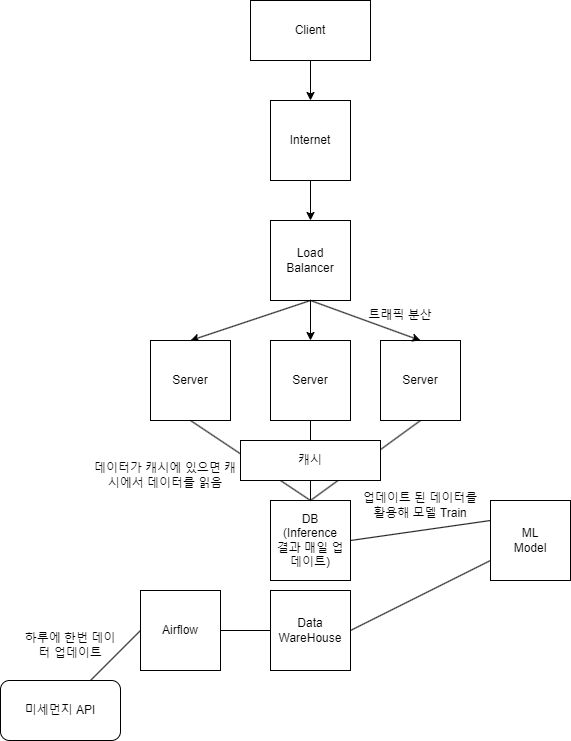
Above: README.assets/다이어그램.png in ed-kyu/dust_model_serving (draw.io), before the change. Source tidied: cells renumbered, new cells last; positions are measured from the earlier drawing's top-left corner, leaving out a move shared by most shapes. The source it was exported from:
```xml
<mxGraphModel>
  <root>
    <mxCell id="0" />
    <mxCell id="1" parent="0" />
    <mxCell id="2" value="Load&lt;br&gt;Balancer" style="whiteSpace=wrap;html=1;" parent="1" vertex="1">
      <mxGeometry x="270" y="220" width="80" height="80" as="geometry" />
    </mxCell>
    <mxCell id="3" style="edgeStyle=orthogonalEdgeStyle;rounded=0;jettySize=auto;html=1;" parent="1" edge="1" source="4" target="13">
      <mxGeometry relative="1" as="geometry" />
    </mxCell>
    <mxCell id="4" value="Client" style="rounded=0;whiteSpace=wrap;html=1;" parent="1" vertex="1">
      <mxGeometry x="250" width="120" height="60" as="geometry" />
    </mxCell>
    <mxCell id="5" style="endArrow=classic;html=1;rounded=0;exitX=0.5;exitY=1;exitDx=0;exitDy=0;entryX=0.5;entryY=0;entryDx=0;entryDy=0;" parent="1" edge="1" source="2" target="6">
      <mxGeometry relative="1" as="geometry" />
    </mxCell>
    <mxCell id="6" value="Server" style="whiteSpace=wrap;html=1;" parent="1" vertex="1">
      <mxGeometry x="150" y="340" width="80" height="80" as="geometry" />
    </mxCell>
    <mxCell id="7" value="Server" style="whiteSpace=wrap;html=1;" parent="1" vertex="1">
      <mxGeometry x="270" y="340" width="80" height="80" as="geometry" />
    </mxCell>
    <mxCell id="8" value="Server" style="whiteSpace=wrap;html=1;" parent="1" vertex="1">
      <mxGeometry x="380" y="340" width="80" height="80" as="geometry" />
    </mxCell>
    <mxCell id="9" style="endArrow=classic;html=1;rounded=0;exitX=0.5;exitY=1;exitDx=0;exitDy=0;" parent="1" edge="1" source="2" target="7">
      <mxGeometry relative="1" as="geometry" />
    </mxCell>
    <mxCell id="10" style="endArrow=classic;html=1;rounded=0;exitX=0.5;exitY=1;exitDx=0;exitDy=0;entryX=0.5;entryY=0;entryDx=0;entryDy=0;" parent="1" edge="1" source="2" target="8">
      <mxGeometry relative="1" as="geometry" />
    </mxCell>
    <mxCell id="11" value="트래픽 분산" style="text;html=1;strokeColor=none;fillColor=none;align=center;verticalAlign=middle;whiteSpace=wrap;rounded=0;" parent="1" vertex="1">
      <mxGeometry x="360" y="300" width="80" height="30" as="geometry" />
    </mxCell>
    <mxCell id="12" style="edgeStyle=orthogonalEdgeStyle;rounded=0;jettySize=auto;html=1;entryX=0.5;entryY=0;entryDx=0;entryDy=0;" parent="1" edge="1" source="13" target="2">
      <mxGeometry relative="1" as="geometry" />
    </mxCell>
    <mxCell id="13" value="Internet" style="whiteSpace=wrap;html=1;" parent="1" vertex="1">
      <mxGeometry x="270" y="100" width="80" height="80" as="geometry" />
    </mxCell>
    <mxCell id="14" value="DB&lt;br&gt;(Inference &lt;br&gt;결과 매일 업데이트)" style="whiteSpace=wrap;html=1;" parent="1" vertex="1">
      <mxGeometry x="270" y="500" width="80" height="80" as="geometry" />
    </mxCell>
    <mxCell id="15" value="Data &lt;br&gt;WareHouse" style="whiteSpace=wrap;html=1;" parent="1" vertex="1">
      <mxGeometry x="270" y="590" width="80" height="80" as="geometry" />
    </mxCell>
    <mxCell id="16" value="미세먼지 API" style="rounded=1;whiteSpace=wrap;html=1;" parent="1" vertex="1">
      <mxGeometry y="680" width="120" height="60" as="geometry" />
    </mxCell>
    <mxCell id="17" value="Airflow" style="whiteSpace=wrap;html=1;" parent="1" vertex="1">
      <mxGeometry x="140" y="590" width="80" height="80" as="geometry" />
    </mxCell>
    <mxCell id="18" style="endArrow=none;html=1;rounded=0;exitX=0.75;exitY=0;exitDx=0;exitDy=0;entryX=0;entryY=0.5;entryDx=0;entryDy=0;" parent="1" edge="1" source="16" target="17">
      <mxGeometry relative="1" as="geometry" />
    </mxCell>
    <mxCell id="19" style="endArrow=none;html=1;rounded=0;exitX=1;exitY=0.5;exitDx=0;exitDy=0;entryX=0;entryY=0.5;entryDx=0;entryDy=0;" parent="1" edge="1" source="17" target="15">
      <mxGeometry relative="1" as="geometry" />
    </mxCell>
    <mxCell id="20" value="ML&lt;br&gt;Model" style="whiteSpace=wrap;html=1;" parent="1" vertex="1">
      <mxGeometry x="490" y="500" width="80" height="80" as="geometry" />
    </mxCell>
    <mxCell id="21" style="endArrow=none;html=1;rounded=0;exitX=1;exitY=0.5;exitDx=0;exitDy=0;entryX=0;entryY=0.75;entryDx=0;entryDy=0;" parent="1" edge="1" source="15" target="20">
      <mxGeometry relative="1" as="geometry" />
    </mxCell>
    <mxCell id="22" style="endArrow=none;html=1;rounded=0;exitX=1;exitY=0.5;exitDx=0;exitDy=0;entryX=0;entryY=0.25;entryDx=0;entryDy=0;" parent="1" edge="1" source="14" target="20">
      <mxGeometry relative="1" as="geometry" />
    </mxCell>
    <mxCell id="23" style="endArrow=none;html=1;rounded=0;entryX=0.5;entryY=0;entryDx=0;entryDy=0;exitX=0.5;exitY=1;exitDx=0;exitDy=0;" parent="1" edge="1" source="6" target="14">
      <mxGeometry relative="1" as="geometry" />
    </mxCell>
    <mxCell id="24" style="endArrow=none;html=1;rounded=0;entryX=0.5;entryY=1;entryDx=0;entryDy=0;exitX=0.5;exitY=0;exitDx=0;exitDy=0;startArrow=none;" parent="1" edge="1" source="27" target="7">
      <mxGeometry relative="1" as="geometry" />
    </mxCell>
    <mxCell id="25" style="endArrow=none;html=1;rounded=0;entryX=0.5;entryY=1;entryDx=0;entryDy=0;exitX=0.5;exitY=0;exitDx=0;exitDy=0;" parent="1" edge="1" source="14" target="8">
      <mxGeometry relative="1" as="geometry" />
    </mxCell>
    <mxCell id="26" value="데이터가 캐시에 있으면 캐시에서 데이터를 읽음" style="text;html=1;strokeColor=none;fillColor=none;align=center;verticalAlign=middle;whiteSpace=wrap;rounded=0;" parent="1" vertex="1">
      <mxGeometry x="90" y="460" width="150" height="30" as="geometry" />
    </mxCell>
    <mxCell id="27" value="캐시" style="rounded=0;whiteSpace=wrap;html=1;" parent="1" vertex="1">
      <mxGeometry x="240" y="440" width="140" height="40" as="geometry" />
    </mxCell>
    <mxCell id="28" style="endArrow=none;html=1;rounded=0;entryX=0.5;entryY=1;entryDx=0;entryDy=0;exitX=0.5;exitY=0;exitDx=0;exitDy=0;" parent="1" edge="1" source="14" target="27">
      <mxGeometry relative="1" as="geometry" />
    </mxCell>
    <mxCell id="29" value="하루에 한번 데이터 업데이트" style="text;html=1;strokeColor=none;fillColor=none;align=center;verticalAlign=middle;whiteSpace=wrap;rounded=0;" parent="1" vertex="1">
      <mxGeometry x="20" y="630" width="100" height="30" as="geometry" />
    </mxCell>
    <mxCell id="30" value="업데이트 된 데이터를 활용해 모델 Train" style="text;html=1;strokeColor=none;fillColor=none;align=center;verticalAlign=middle;whiteSpace=wrap;rounded=0;" parent="1" vertex="1">
      <mxGeometry x="360" y="490" width="120" height="30" as="geometry" />
    </mxCell>
  </root>
</mxGraphModel>
```
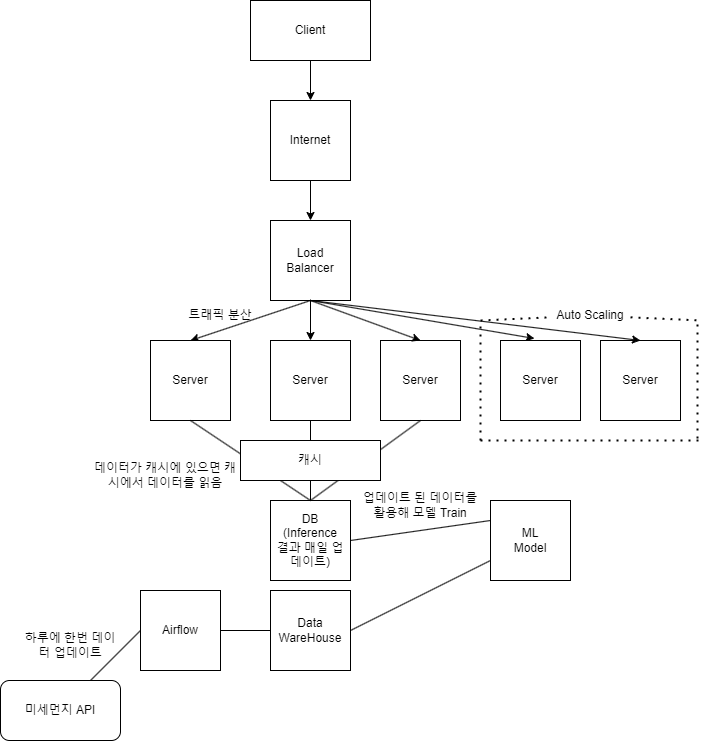
After the change.

What changed in the source:
```diff
@@ -30,7 +30,7 @@
       <mxGeometry relative="1" as="geometry" />
     </mxCell>
     <mxCell id="11" value="트래픽 분산" style="text;html=1;strokeColor=none;fillColor=none;align=center;verticalAlign=middle;whiteSpace=wrap;rounded=0;" parent="1" vertex="1">
-      <mxGeometry x="360" y="300" width="80" height="30" as="geometry" />
+      <mxGeometry x="180" y="300" width="80" height="30" as="geometry" />
     </mxCell>
     <mxCell id="12" style="edgeStyle=orthogonalEdgeStyle;rounded=0;jettySize=auto;html=1;entryX=0.5;entryY=0;entryDx=0;entryDy=0;" parent="1" edge="1" source="13" target="2">
       <mxGeometry relative="1" as="geometry" />
@@ -89,5 +89,48 @@
     <mxCell id="30" value="업데이트 된 데이터를 활용해 모델 Train" style="text;html=1;strokeColor=none;fillColor=none;align=center;verticalAlign=middle;whiteSpace=wrap;rounded=0;" parent="1" vertex="1">
       <mxGeometry x="360" y="490" width="120" height="30" as="geometry" />
     </mxCell>
+    <mxCell id="31" value="Server" style="whiteSpace=wrap;html=1;" parent="1" vertex="1">
+      <mxGeometry x="500" y="340" width="80" height="80" as="geometry" />
+    </mxCell>
+    <mxCell id="32" value="Server" style="whiteSpace=wrap;html=1;" parent="1" vertex="1">
+      <mxGeometry x="600" y="340" width="80" height="80" as="geometry" />
+    </mxCell>
+    <mxCell id="33" style="endArrow=none;dashed=1;html=1;dashPattern=1 3;strokeWidth=2;rounded=0;startArrow=none;" parent="1" edge="1" source="37">
+      <mxGeometry relative="1" as="geometry">
+        <mxPoint x="700" y="320" as="targetPoint" />
+      </mxGeometry>
+    </mxCell>
+    <mxCell id="34" style="endArrow=none;dashed=1;html=1;dashPattern=1 3;strokeWidth=2;rounded=0;" parent="1" edge="1">
+      <mxGeometry relative="1" as="geometry">
+        <mxPoint x="480" y="440" as="sourcePoint" />
+        <mxPoint x="480" y="320" as="targetPoint" />
+      </mxGeometry>
+    </mxCell>
+    <mxCell id="35" style="endArrow=none;dashed=1;html=1;dashPattern=1 3;strokeWidth=2;rounded=0;" parent="1" edge="1">
+      <mxGeometry relative="1" as="geometry">
+        <mxPoint x="480" y="440" as="sourcePoint" />
+        <mxPoint x="700" y="440" as="targetPoint" />
+      </mxGeometry>
+    </mxCell>
+    <mxCell id="36" style="endArrow=none;dashed=1;html=1;dashPattern=1 3;strokeWidth=2;rounded=0;" parent="1" edge="1">
+      <mxGeometry relative="1" as="geometry">
+        <mxPoint x="697" y="438" as="sourcePoint" />
+        <mxPoint x="697" y="318" as="targetPoint" />
+      </mxGeometry>
+    </mxCell>
+    <mxCell id="37" value="Auto Scaling" style="text;html=1;strokeColor=none;fillColor=none;align=center;verticalAlign=middle;whiteSpace=wrap;rounded=0;" parent="1" vertex="1">
+      <mxGeometry x="550" y="300" width="80" height="30" as="geometry" />
+    </mxCell>
+    <mxCell id="38" style="endArrow=none;dashed=1;html=1;dashPattern=1 3;strokeWidth=2;rounded=0;" parent="1" edge="1" target="37">
+      <mxGeometry relative="1" as="geometry">
+        <mxPoint x="480" y="320" as="sourcePoint" />
+      </mxGeometry>
+    </mxCell>
+    <mxCell id="39" style="endArrow=classic;html=1;rounded=0;exitX=0.5;exitY=1;exitDx=0;exitDy=0;entryX=0.425;entryY=-0.025;entryDx=0;entryDy=0;entryPerimeter=0;" parent="1" edge="1" source="2" target="31">
+      <mxGeometry relative="1" as="geometry" />
+    </mxCell>
+    <mxCell id="40" style="endArrow=classic;html=1;rounded=0;entryX=0.5;entryY=0;entryDx=0;entryDy=0;exitX=0.5;exitY=1;exitDx=0;exitDy=0;" parent="1" edge="1" source="2" target="32">
+      <mxGeometry relative="1" as="geometry" />
+    </mxCell>
   </root>
 </mxGraphModel>
```
